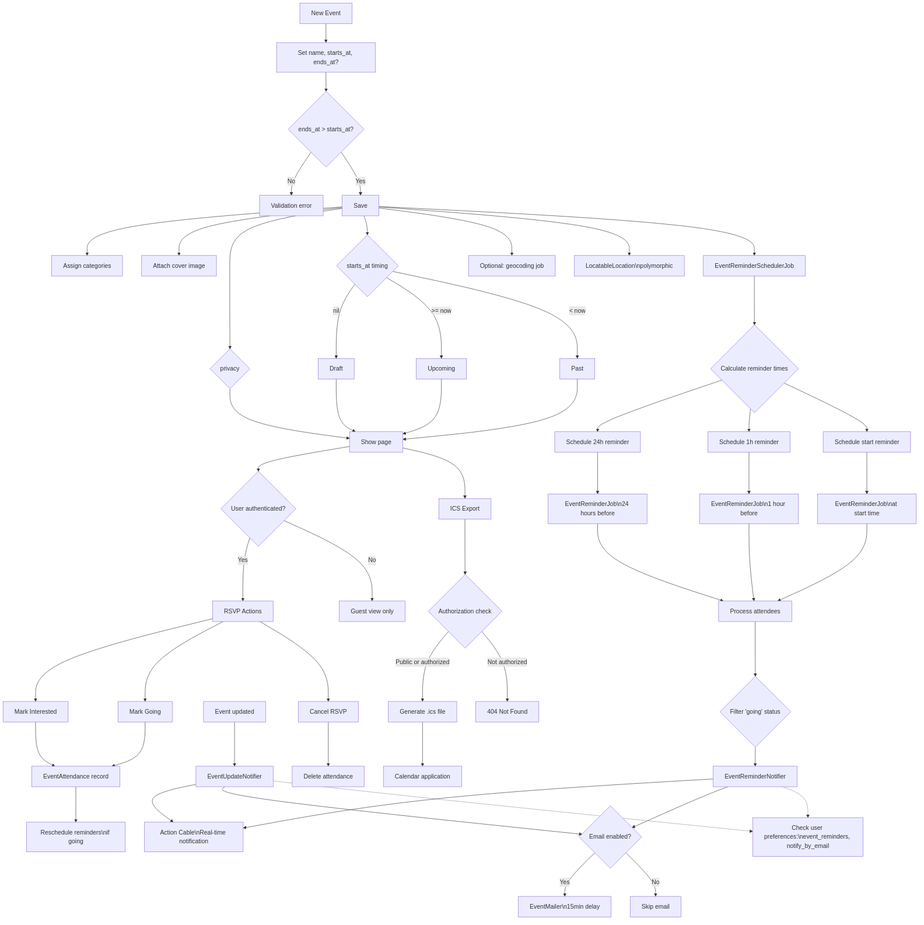
This is docs/events_flow.png from better-together-org/community-engine-rails, a Mermaid export, as it was before one commit. Its source is kept beside it as docs/events_flow.mmd.
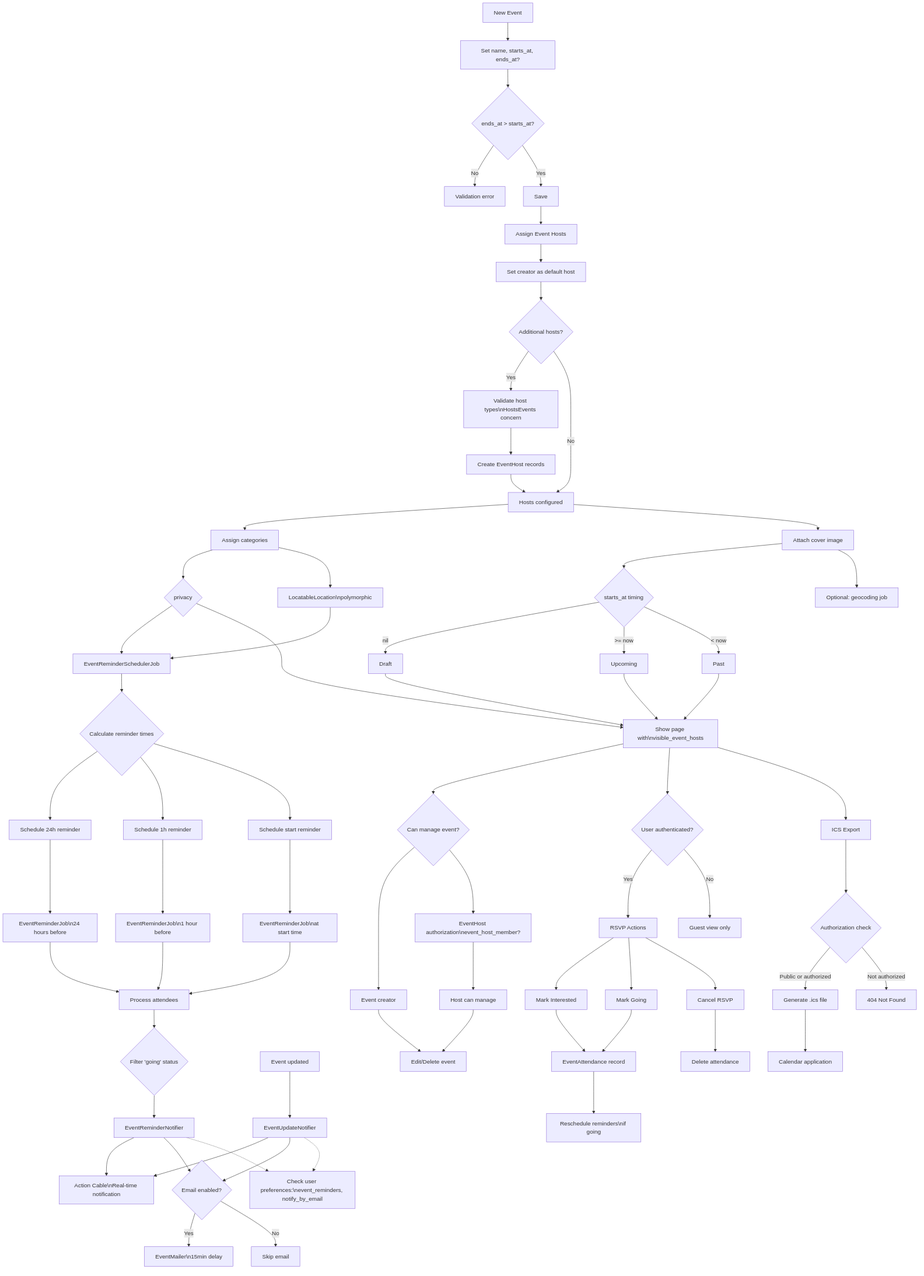
The same diagram one commit later.

Commit message:
refactor: Update event flow and documentation to enhance event hosting system clarity

What changed in the source:
```diff
@@ -5,19 +5,28 @@
   V1 -->|No| ERR[Validation error]
   V1 -->|Yes| SAVE[Save]
 
-  SAVE --> CAT[Assign categories]
-  SAVE --> IMG[Attach cover image]
+  SAVE --> HOST[Assign Event Hosts]
+  HOST --> DEFHOST[Set creator as default host]
+  DEFHOST --> ADDHOST{Additional hosts?}
+  ADDHOST -->|Yes| HOSTVAL[Validate host types\nHostsEvents concern]
+  ADDHOST -->|No| HOSTS_DONE[Hosts configured]
+  HOSTVAL --> EH[Create EventHost records]
+  EH --> HOSTS_DONE
 
-  SAVE --> PZ{privacy}
-  SAVE --> SCOPE{starts_at timing}
+  HOSTS_DONE --> CAT[Assign categories]
+  HOSTS_DONE --> IMG[Attach cover image]
+
+  CAT --> PZ{privacy}
+  IMG --> SCOPE{starts_at timing}
   SCOPE -->|nil| DRAFT[Draft]
   SCOPE -->|>= now| UPCOMING[Upcoming]
   SCOPE -->|< now| PAST[Past]
 
-  SAVE --> GEO[Optional: geocoding job]
-  SAVE --> LOC[LocatableLocation\npolymorphic]
+  IMG --> GEO[Optional: geocoding job]
+  CAT --> LOC[LocatableLocation\npolymorphic]
 
-  SAVE --> SCHED[EventReminderSchedulerJob]
+  LOC --> SCHED[EventReminderSchedulerJob]
+  PZ --> SCHED
   SCHED --> CALC{Calculate reminder times}
   CALC --> R24[Schedule 24h reminder]
   CALC --> R1[Schedule 1h reminder]
@@ -42,10 +51,17 @@
   EUN --> AC
   EUN --> EMAIL
 
-  PZ --> SHOW[Show page]
+  PZ --> SHOW[Show page with\nvisible_event_hosts]
   UPCOMING --> SHOW
   PAST --> SHOW
   DRAFT --> SHOW
+
+  SHOW --> MGMT{Can manage event?}
+  MGMT --> OWNER[Event creator]
+  MGMT --> EHAUTH[EventHost authorization\nevent_host_member?]
+  EHAUTH --> HOSTMGMT[Host can manage]
+  OWNER --> MANAGE[Edit/Delete event]
+  HOSTMGMT --> MANAGE
 
   SHOW --> AUTH{User authenticated?}
   AUTH -->|Yes| RSVP[RSVP Actions]
```
